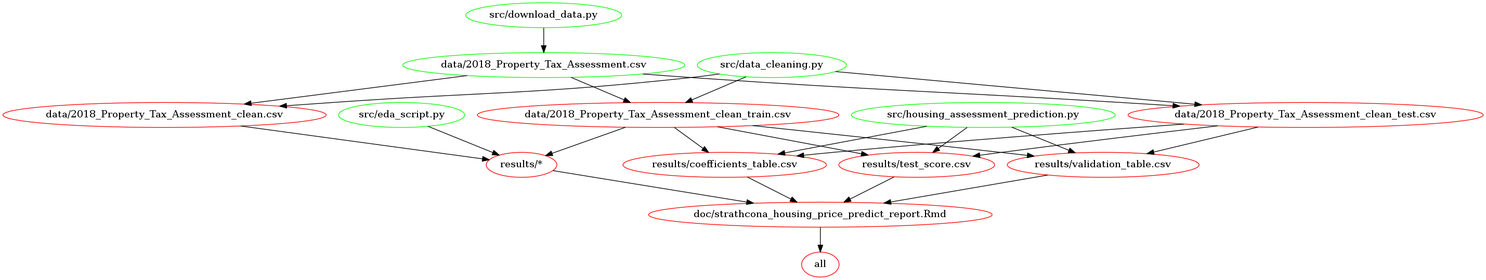
Earlier version of the Graphviz export Makefile.png (williamxu7/522-Group_30-Rockstars). Its source is kept beside it as Makefile.dot. Its diagram source:
```dot
digraph G {
n2[label="all", color="red"];
n6[label="data/2018_Property_Tax_Assessment.csv", color="green"];
n9[label="data/2018_Property_Tax_Assessment_clean.csv", color="red"];
n12[label="data/2018_Property_Tax_Assessment_clean_test.csv", color="red"];
n5[label="data/2018_Property_Tax_Assessment_clean_train.csv", color="red"];
n3[label="doc/strathcona_housing_price_predict_report.Rmd", color="red"];
n4[label="results/*", color="red"];
n15[label="results/coefficients_table.csv", color="red"];
n14[label="results/test_score.csv", color="red"];
n11[label="results/validation_table.csv", color="red"];
n8[label="src/data_cleaning.py", color="green"];
n7[label="src/download_data.py", color="green"];
n10[label="src/eda_script.py", color="green"];
n13[label="src/housing_assessment_prediction.py", color="green"];
n3 -> n2 ;
n7 -> n6 ;
n6 -> n9 ;
n8 -> n9 ;
n6 -> n12 ;
n8 -> n12 ;
n6 -> n5 ;
n8 -> n5 ;
n4 -> n3 ;
n15 -> n3 ;
n14 -> n3 ;
n11 -> n3 ;
n9 -> n4 ;
n5 -> n4 ;
n10 -> n4 ;
n12 -> n15 ;
n5 -> n15 ;
n13 -> n15 ;
n12 -> n14 ;
n5 -> n14 ;
n13 -> n14 ;
n12 -> n11 ;
n5 -> n11 ;
n13 -> n11 ;
}
```
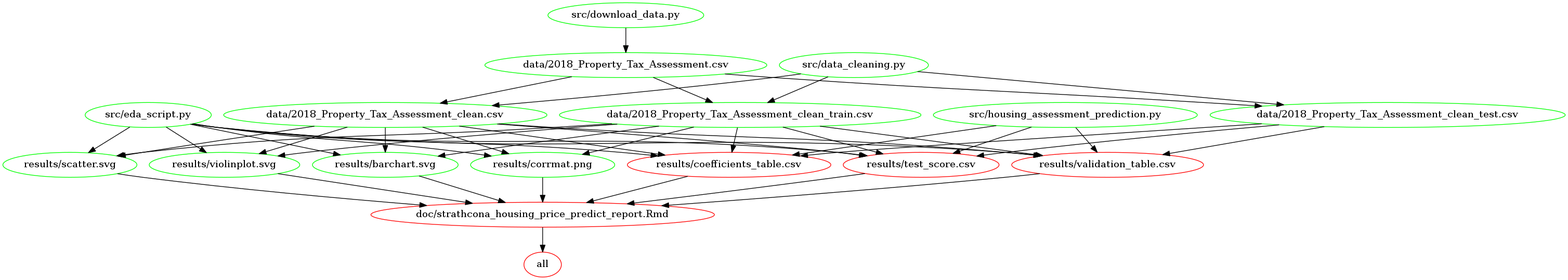
Later version of the same file.

Commit message:
Updated Makefile2graph

Change to the diagram source:
```diff
@@ -1,14 +1,17 @@
 digraph G {
 n2[label="all", color="red"];
 n6[label="data/2018_Property_Tax_Assessment.csv", color="green"];
-n9[label="data/2018_Property_Tax_Assessment_clean.csv", color="red"];
-n12[label="data/2018_Property_Tax_Assessment_clean_test.csv", color="red"];
-n5[label="data/2018_Property_Tax_Assessment_clean_train.csv", color="red"];
+n9[label="data/2018_Property_Tax_Assessment_clean.csv", color="green"];
+n12[label="data/2018_Property_Tax_Assessment_clean_test.csv", color="green"];
+n5[label="data/2018_Property_Tax_Assessment_clean_train.csv", color="green"];
 n3[label="doc/strathcona_housing_price_predict_report.Rmd", color="red"];
-n4[label="results/*", color="red"];
-n15[label="results/coefficients_table.csv", color="red"];
-n14[label="results/test_score.csv", color="red"];
+n14[label="results/barchart.svg", color="green"];
+n16[label="results/coefficients_table.csv", color="red"];
+n18[label="results/corrmat.png", color="green"];
+n15[label="results/scatter.svg", color="green"];
+n17[label="results/test_score.csv", color="red"];
 n11[label="results/validation_table.csv", color="red"];
+n4[label="results/violinplot.svg", color="green"];
 n8[label="src/data_cleaning.py", color="green"];
 n7[label="src/download_data.py", color="green"];
 n10[label="src/eda_script.py", color="green"];
@@ -21,20 +24,38 @@
 n8 -> n12 ;
 n6 -> n5 ;
 n8 -> n5 ;
+n14 -> n3 ;
+n16 -> n3 ;
+n18 -> n3 ;
+n15 -> n3 ;
+n17 -> n3 ;
+n11 -> n3 ;
 n4 -> n3 ;
-n15 -> n3 ;
-n14 -> n3 ;
-n11 -> n3 ;
+n9 -> n14 ;
+n5 -> n14 ;
+n10 -> n14 ;
+n9 -> n16 ;
+n12 -> n16 ;
+n5 -> n16 ;
+n10 -> n16 ;
+n13 -> n16 ;
+n9 -> n18 ;
+n5 -> n18 ;
+n10 -> n18 ;
+n9 -> n15 ;
+n5 -> n15 ;
+n10 -> n15 ;
+n9 -> n17 ;
+n12 -> n17 ;
+n5 -> n17 ;
+n10 -> n17 ;
+n13 -> n17 ;
+n9 -> n11 ;
+n12 -> n11 ;
+n5 -> n11 ;
+n10 -> n11 ;
+n13 -> n11 ;
 n9 -> n4 ;
 n5 -> n4 ;
 n10 -> n4 ;
-n12 -> n15 ;
-n5 -> n15 ;
-n13 -> n15 ;
-n12 -> n14 ;
-n5 -> n14 ;
-n13 -> n14 ;
-n12 -> n11 ;
-n5 -> n11 ;
-n13 -> n11 ;
 }
```
